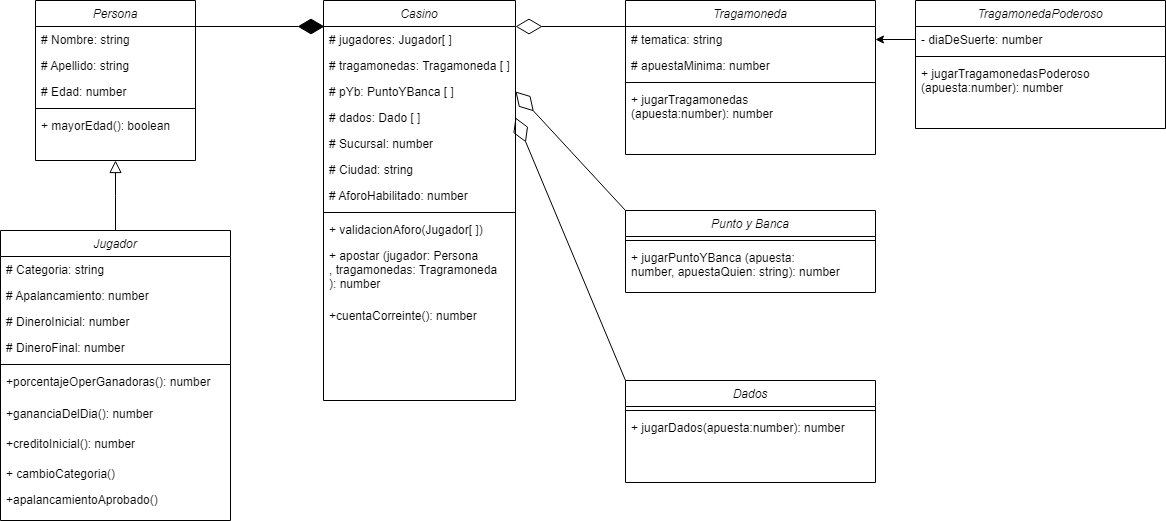
Earlier version of the draw.io export Casino.drawio.png (A90G/Casino-POO). Source tidied: cells renumbered, new cells last; positions are measured from the earlier drawing's top-left corner, leaving out a move shared by most shapes.
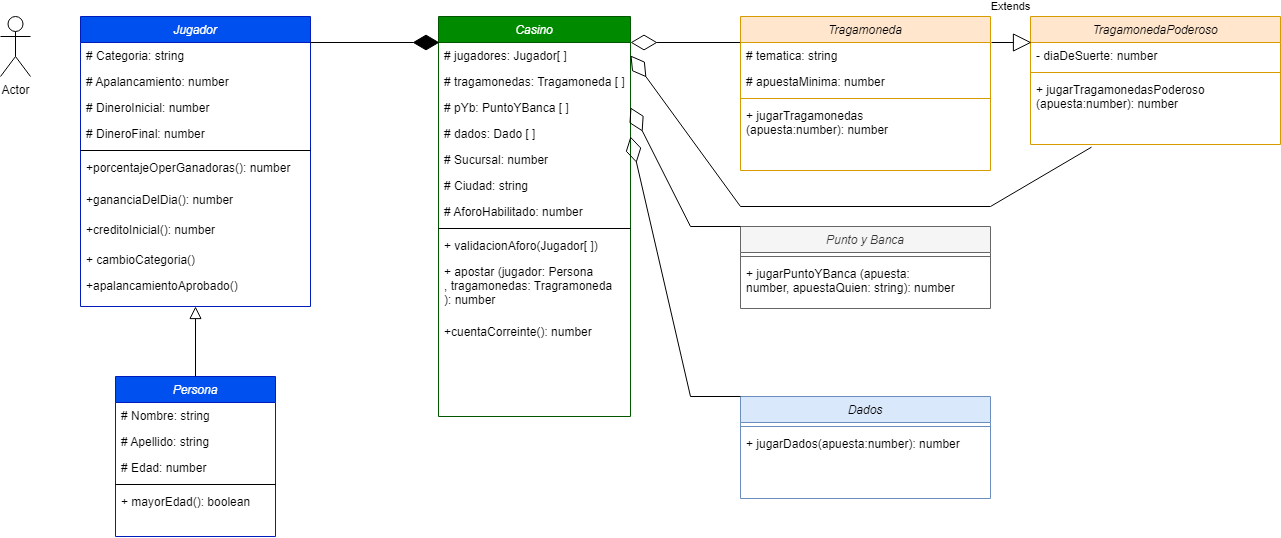
After the commit.

Commit message:
nvo uml

The edit, as a diff of the source:
```diff
@@ -2,8 +2,8 @@
   <root>
     <mxCell id="0" />
     <mxCell id="1" parent="0" />
-    <mxCell id="2" value="Persona" style="swimlane;fontStyle=2;align=center;verticalAlign=top;horizontal=1;startSize=26;rounded=0;shadow=0;strokeWidth=1;" parent="1" vertex="1">
-      <mxGeometry x="35" width="160" height="160" as="geometry" />
+    <mxCell id="2" value="Persona" style="swimlane;fontStyle=2;align=center;verticalAlign=top;horizontal=1;startSize=26;rounded=0;shadow=0;strokeWidth=1;fillColor=#0050ef;strokeColor=#001DBC;fontColor=#ffffff;" parent="1" vertex="1">
+      <mxGeometry y="360" width="160" height="160" as="geometry" />
     </mxCell>
     <mxCell id="3" value="# Nombre: string" style="text;align=left;verticalAlign=top;spacingLeft=4;spacingRight=4;overflow=hidden;" parent="2" vertex="1">
       <mxGeometry y="26" width="160" height="26" as="geometry" />
@@ -20,8 +20,8 @@
     <mxCell id="7" value="+ mayorEdad(): boolean" style="text;align=left;verticalAlign=top;spacingLeft=4;spacingRight=4;overflow=hidden;" parent="2" vertex="1">
       <mxGeometry y="112" width="160" height="26" as="geometry" />
     </mxCell>
-    <mxCell id="8" value="Jugador" style="swimlane;fontStyle=2;align=center;verticalAlign=top;horizontal=1;startSize=26;rounded=0;shadow=0;strokeWidth=1;" parent="1" vertex="1">
-      <mxGeometry y="230" width="230" height="290" as="geometry" />
+    <mxCell id="8" value="Jugador" style="swimlane;fontStyle=2;align=center;verticalAlign=top;horizontal=1;startSize=26;rounded=0;shadow=0;strokeWidth=1;fillColor=#0050ef;strokeColor=#001DBC;fontColor=#ffffff;" parent="1" vertex="1">
+      <mxGeometry x="-35" width="230" height="290" as="geometry" />
     </mxCell>
     <mxCell id="9" value="# Categoria: string" style="text;align=left;verticalAlign=top;spacingLeft=4;spacingRight=4;overflow=hidden;points=[[0,0.5],[1,0.5]];portConstraint=eastwest;rounded=0;shadow=0;html=0;" parent="8" vertex="1">
       <mxGeometry y="26" width="230" height="26" as="geometry" />
@@ -53,10 +53,10 @@
     <mxCell id="18" value="+apalancamientoAprobado()" style="text;align=left;verticalAlign=top;spacingLeft=4;spacingRight=4;overflow=hidden;fontStyle=0;" parent="8" vertex="1">
       <mxGeometry y="256" width="230" height="24" as="geometry" />
     </mxCell>
-    <mxCell id="19" style="endArrow=block;endSize=10;endFill=0;shadow=0;strokeWidth=1;rounded=0;edgeStyle=elbowEdgeStyle;elbow=vertical;" parent="1" edge="1" source="8" target="2">
+    <mxCell id="19" style="endArrow=block;endSize=10;endFill=0;shadow=0;strokeWidth=1;rounded=0;edgeStyle=elbowEdgeStyle;elbow=vertical;exitX=0.5;exitY=0;exitDx=0;exitDy=0;entryX=0.5;entryY=1;entryDx=0;entryDy=0;" parent="1" edge="1" source="2" target="8">
       <mxGeometry relative="1" as="geometry" />
     </mxCell>
-    <mxCell id="20" value="Casino" style="swimlane;fontStyle=2;align=center;verticalAlign=top;horizontal=1;startSize=26;rounded=0;shadow=0;strokeWidth=1;" parent="1" vertex="1">
+    <mxCell id="20" value="Casino" style="swimlane;fontStyle=2;align=center;verticalAlign=top;horizontal=1;startSize=26;rounded=0;shadow=0;strokeWidth=1;fillColor=#008a00;strokeColor=#005700;fontColor=#ffffff;" parent="1" vertex="1">
       <mxGeometry x="323" width="192" height="400" as="geometry" />
     </mxCell>
     <mxCell id="21" value="# jugadores: Jugador[ ]" style="text;align=left;verticalAlign=top;spacingLeft=4;spacingRight=4;overflow=hidden;points=[[0,0.5],[1,0.5]];portConstraint=eastwest;" parent="20" vertex="1">
@@ -92,9 +92,8 @@
     <mxCell id="31" value="+cuentaCorreinte(): number&#10;" style="text;align=left;verticalAlign=top;spacingLeft=4;spacingRight=4;overflow=hidden;fontStyle=0;" parent="20" vertex="1">
       <mxGeometry y="302" width="192" height="36" as="geometry" />
     </mxCell>
-    <mxCell id="32" style="endArrow=diamondThin;endFill=1;endSize=24;html=1;rounded=0;" parent="1" edge="1">
+    <mxCell id="32" style="endArrow=diamondThin;endFill=1;endSize=24;html=1;rounded=0;exitX=1;exitY=0;exitDx=0;exitDy=0;exitPerimeter=0;" parent="1" edge="1" source="9">
       <mxGeometry relative="1" as="geometry">
-        <mxPoint x="164" y="26" as="sourcePoint" />
         <mxPoint x="324" y="26" as="targetPoint" />
       </mxGeometry>
     </mxCell>
@@ -104,7 +103,7 @@
         <mxPoint x="515" y="26" as="targetPoint" />
       </mxGeometry>
     </mxCell>
-    <mxCell id="34" value="Tragamoneda" style="swimlane;fontStyle=2;align=center;verticalAlign=top;horizontal=1;startSize=26;" parent="1" vertex="1">
+    <mxCell id="34" value="Tragamoneda" style="swimlane;fontStyle=2;align=center;verticalAlign=top;horizontal=1;startSize=26;fillColor=#ffe6cc;strokeColor=#d79b00;" parent="1" vertex="1">
       <mxGeometry x="625" width="250" height="154" as="geometry" />
     </mxCell>
     <mxCell id="35" value="# tematica: string" style="text;strokeColor=none;fillColor=none;align=left;verticalAlign=top;spacingLeft=4;spacingRight=4;overflow=hidden;points=[[0,0.5],[1,0.5]];portConstraint=eastwest;" parent="34" vertex="1">
@@ -119,7 +118,7 @@
     <mxCell id="38" value="+ jugarTragamonedas&#10;(apuesta:number): number" style="text;strokeColor=none;fillColor=none;align=left;verticalAlign=top;spacingLeft=4;spacingRight=4;overflow=hidden;" parent="34" vertex="1">
       <mxGeometry y="86" width="250" height="68" as="geometry" />
     </mxCell>
-    <mxCell id="39" value="Punto y Banca" style="swimlane;fontStyle=2;align=center;verticalAlign=top;horizontal=1;startSize=26;" parent="1" vertex="1">
+    <mxCell id="39" value="Punto y Banca" style="swimlane;fontStyle=2;align=center;verticalAlign=top;horizontal=1;startSize=26;fillColor=#f5f5f5;strokeColor=#666666;fontColor=#333333;" parent="1" vertex="1">
       <mxGeometry x="625" y="210" width="250" height="82" as="geometry" />
     </mxCell>
     <mxCell id="40" style="line;strokeWidth=1;fillColor=none;align=left;verticalAlign=middle;spacingTop=-1;spacingLeft=3;spacingRight=3;labelPosition=right;strokeColor=inherit;" parent="39" vertex="1">
@@ -129,9 +128,13 @@
       <mxGeometry y="34" width="250" height="48" as="geometry" />
     </mxCell>
     <mxCell id="42" style="endArrow=diamondThin;endFill=0;endSize=24;html=1;rounded=0;entryX=1;entryY=0.5;entryDx=0;entryDy=0;exitX=0;exitY=0;exitDx=0;exitDy=0;" parent="1" edge="1" source="39" target="23">
-      <mxGeometry relative="1" as="geometry" />
+      <mxGeometry relative="1" as="geometry">
+        <Array as="points">
+          <mxPoint x="575" y="210" />
+        </Array>
+      </mxGeometry>
     </mxCell>
-    <mxCell id="43" value="TragamonedaPoderoso" style="swimlane;fontStyle=2;align=center;verticalAlign=top;horizontal=1;startSize=26;" parent="1" vertex="1">
+    <mxCell id="43" value="TragamonedaPoderoso" style="swimlane;fontStyle=2;align=center;verticalAlign=top;horizontal=1;startSize=26;fillColor=#ffe6cc;strokeColor=#d79b00;" parent="1" vertex="1">
       <mxGeometry x="915" width="250" height="128" as="geometry" />
     </mxCell>
     <mxCell id="44" value="- diaDeSuerte: number" style="text;strokeColor=none;fillColor=none;align=left;verticalAlign=top;spacingLeft=4;spacingRight=4;overflow=hidden;" parent="43" vertex="1">
@@ -143,12 +146,7 @@
     <mxCell id="46" value="+ jugarTragamonedasPoderoso&#10;(apuesta:number): number" style="text;strokeColor=none;fillColor=none;align=left;verticalAlign=top;spacingLeft=4;spacingRight=4;overflow=hidden;points=[[0,0.5],[1,0.5]];portConstraint=eastwest;" parent="43" vertex="1">
       <mxGeometry y="60" width="250" height="68" as="geometry" />
     </mxCell>
-    <mxCell id="47" style="edgeStyle=orthogonalEdgeStyle;rounded=0;jettySize=auto;html=1;exitX=0;exitY=0.5;exitDx=0;exitDy=0;entryX=1;entryY=0.5;entryDx=0;entryDy=0;" parent="1" edge="1" target="35">
-      <mxGeometry relative="1" as="geometry">
-        <mxPoint x="915" y="39" as="sourcePoint" />
-      </mxGeometry>
-    </mxCell>
-    <mxCell id="48" value="Dados" style="swimlane;fontStyle=2;align=center;verticalAlign=top;horizontal=1;startSize=26;" parent="1" vertex="1">
+    <mxCell id="48" value="Dados" style="swimlane;fontStyle=2;align=center;verticalAlign=top;horizontal=1;startSize=26;fillColor=#dae8fc;strokeColor=#6c8ebf;" parent="1" vertex="1">
       <mxGeometry x="625" y="380" width="250" height="102" as="geometry" />
     </mxCell>
     <mxCell id="49" style="line;strokeWidth=1;fillColor=none;align=left;verticalAlign=middle;spacingTop=-1;spacingLeft=3;spacingRight=3;labelPosition=right;strokeColor=inherit;" parent="48" vertex="1">
@@ -157,8 +155,30 @@
     <mxCell id="50" value="+ jugarDados(apuesta:number): number" style="text;strokeColor=none;fillColor=none;align=left;verticalAlign=top;spacingLeft=4;spacingRight=4;overflow=hidden;" parent="48" vertex="1">
       <mxGeometry y="34" width="250" height="68" as="geometry" />
     </mxCell>
-    <mxCell id="51" style="endArrow=diamondThin;endFill=0;endSize=24;html=1;rounded=0;exitX=0;exitY=0;exitDx=0;exitDy=0;entryX=1;entryY=0.5;entryDx=0;entryDy=0;" parent="1" edge="1" source="48" target="24">
-      <mxGeometry relative="1" as="geometry" />
+    <mxCell id="51" style="endArrow=diamondThin;endFill=0;endSize=24;html=1;rounded=0;exitX=0;exitY=0;exitDx=0;exitDy=0;" parent="1" edge="1" source="48">
+      <mxGeometry relative="1" as="geometry">
+        <mxPoint x="515" y="120" as="targetPoint" />
+        <Array as="points">
+          <mxPoint x="575" y="380" />
+        </Array>
+      </mxGeometry>
     </mxCell>
+    <mxCell id="52" value="Extends" style="endArrow=block;endSize=16;endFill=0;html=1;rounded=0;" parent="1" edge="1">
+      <mxGeometry x="-0.05" y="36" relative="1" as="geometry">
+        <mxPoint x="876" y="26" as="sourcePoint" />
+        <mxPoint x="916" y="26" as="targetPoint" />
+      </mxGeometry>
+    </mxCell>
+    <mxCell id="53" style="endArrow=diamondThin;endFill=0;endSize=24;html=1;rounded=0;exitX=0.244;exitY=1.039;exitDx=0;exitDy=0;exitPerimeter=0;entryX=1;entryY=0.5;entryDx=0;entryDy=0;" parent="1" edge="1" source="46" target="21">
+      <mxGeometry relative="1" as="geometry">
+        <Array as="points">
+          <mxPoint x="875" y="190" />
+          <mxPoint x="625" y="190" />
+        </Array>
+      </mxGeometry>
+    </mxCell>
+    <mxCell id="54" value="Actor" style="shape=umlActor;verticalLabelPosition=bottom;verticalAlign=top;html=1;" parent="1" vertex="1">
+      <mxGeometry x="-115" width="30" height="60" as="geometry" />
+    </mxCell>
   </root>
 </mxGraphModel>
```
